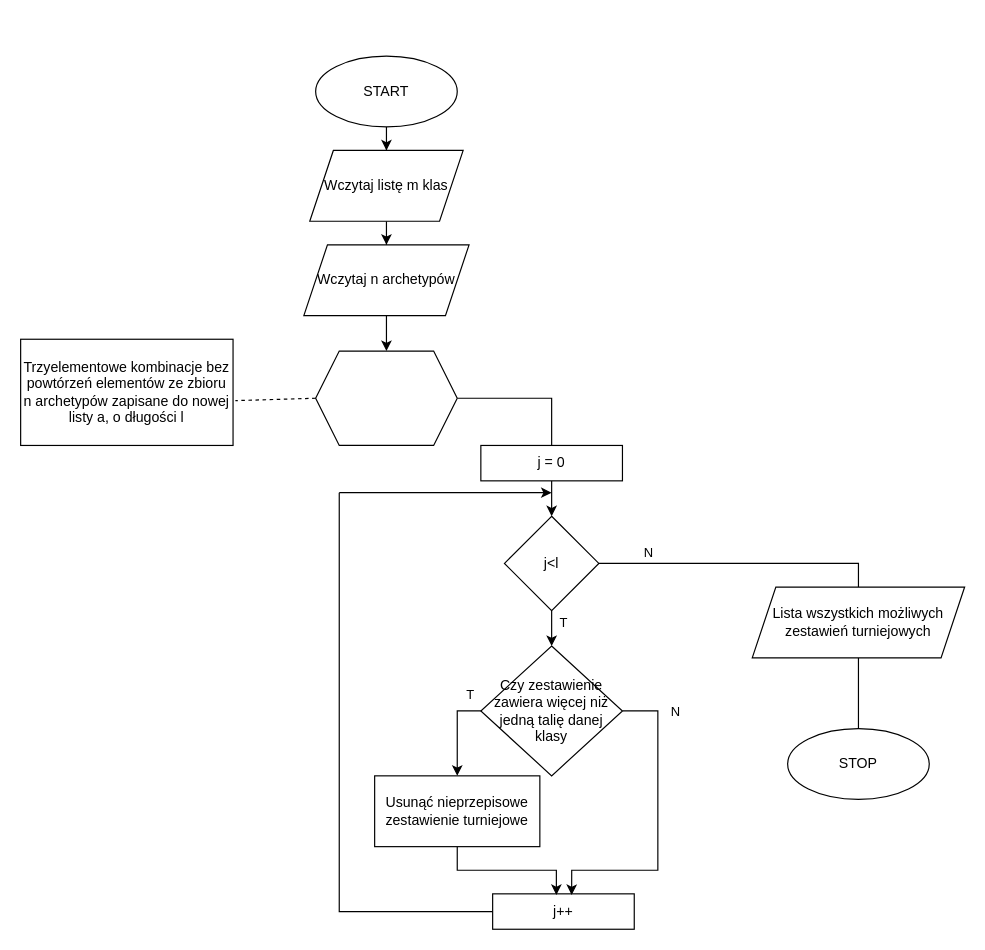
The draw.io diagram AlgorytmPostepowania2.drawio in Moluk34/aplikacjesieciowe, before the edit. Source tidied: cells renumbered, new cells numbered last; positions are measured from the earlier drawing's top-left corner, leaving out a move shared by most shapes. Both pictures are drawn from the tidied source at 118%, with x=0, y=0 at pixel (20, 55).
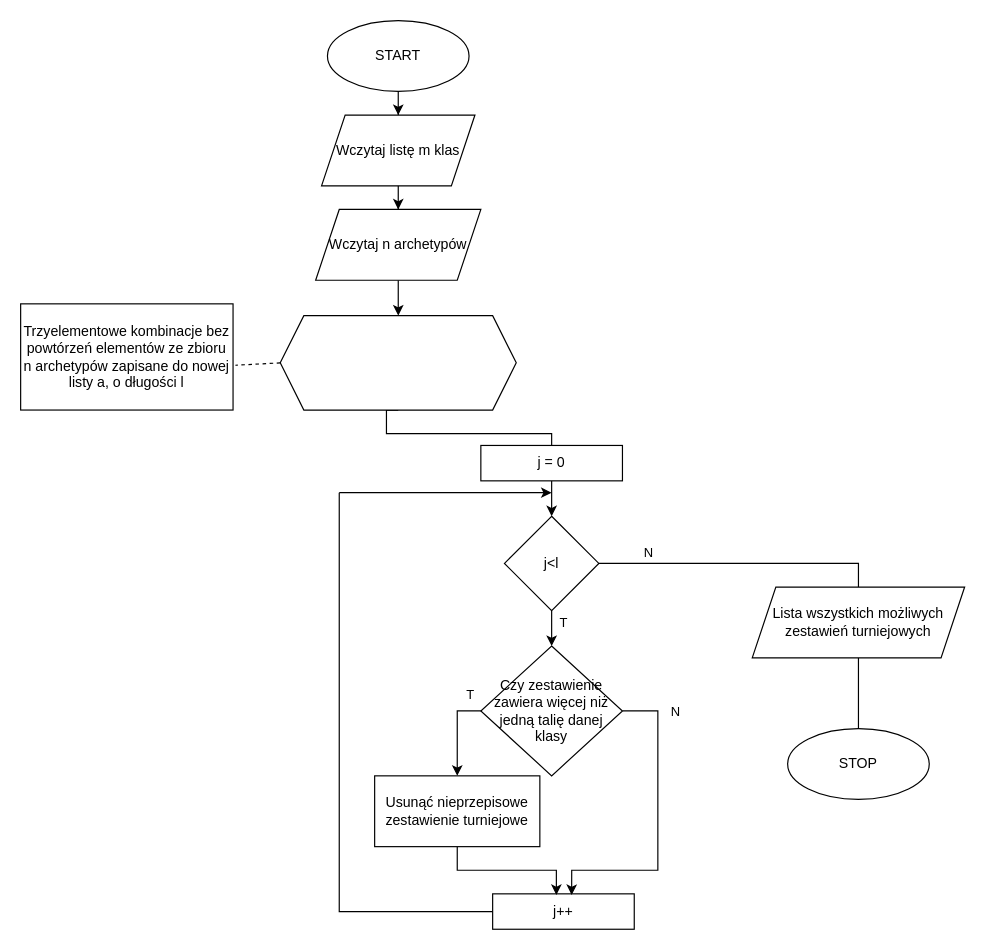
The same diagram, later.

The change refers to these unchanged cells:
```xml
<mxCell id="15" value="j = 0" style="rounded=0;whiteSpace=wrap;html=1;" parent="1" vertex="1">
  <mxGeometry x="390" y="330" width="120" height="30" as="geometry" />
</mxCell>
```

Diff of the diagram source:
```diff
@@
-    <mxCell id="2" style="edgeStyle=orthogonalEdgeStyle;rounded=0;jettySize=auto;html=1;entryX=0.5;entryY=0;entryDx=0;entryDy=0;endArrow=none;endFill=0;" parent="1" edge="1" source="3" target="15">
-      <mxGeometry relative="1" as="geometry" />
+    <mxCell id="2" style="edgeStyle=orthogonalEdgeStyle;rounded=0;jettySize=auto;html=1;entryX=0.5;entryY=0;entryDx=0;entryDy=0;endArrow=none;endFill=0;exitX=0.5;exitY=1;exitDx=0;exitDy=0;" parent="1" edge="1" source="3" target="15">
+      <mxGeometry relative="1" as="geometry">
+        <Array as="points">
+          <mxPoint x="310" y="320" />
+          <mxPoint x="450" y="320" />
+        </Array>
+      </mxGeometry>
     </mxCell>
     <mxCell id="3" style="shape=hexagon;perimeter=hexagonPerimeter2;whiteSpace=wrap;html=1;fixedSize=1;" parent="1" vertex="1">
-      <mxGeometry x="250" y="250" width="120" height="80" as="geometry" />
+      <mxGeometry x="220" y="220" width="200" height="80" as="geometry" />
     </mxCell>
@@
     <mxCell id="5" value="START" style="ellipse;whiteSpace=wrap;html=1;" parent="1" vertex="1">
-      <mxGeometry x="250" width="120" height="60" as="geometry" />
+      <mxGeometry x="260" y="-30" width="120" height="60" as="geometry" />
     </mxCell>
@@
     <mxCell id="7" value="Wczytaj n archetypów" style="shape=parallelogram;perimeter=parallelogramPerimeter;whiteSpace=wrap;html=1;fixedSize=1;" parent="1" vertex="1">
-      <mxGeometry x="240" y="160" width="140" height="60" as="geometry" />
+      <mxGeometry x="250" y="130" width="140" height="60" as="geometry" />
     </mxCell>
@@
     <mxCell id="9" value="Wczytaj listę m klas" style="shape=parallelogram;perimeter=parallelogramPerimeter;whiteSpace=wrap;html=1;fixedSize=1;" parent="1" vertex="1">
-      <mxGeometry x="245" y="80" width="130" height="60" as="geometry" />
+      <mxGeometry x="255" y="50" width="130" height="60" as="geometry" />
     </mxCell>
@@
     <mxCell id="22" value="Trzyelementowe kombinacje bez powtórzeń elementów ze zbioru n archetypów zapisane do nowej listy a, o długości l" style="rounded=0;whiteSpace=wrap;html=1;" parent="1" vertex="1">
-      <mxGeometry y="240" width="180" height="90" as="geometry" />
+      <mxGeometry y="210" width="180" height="90" as="geometry" />
     </mxCell>
```
